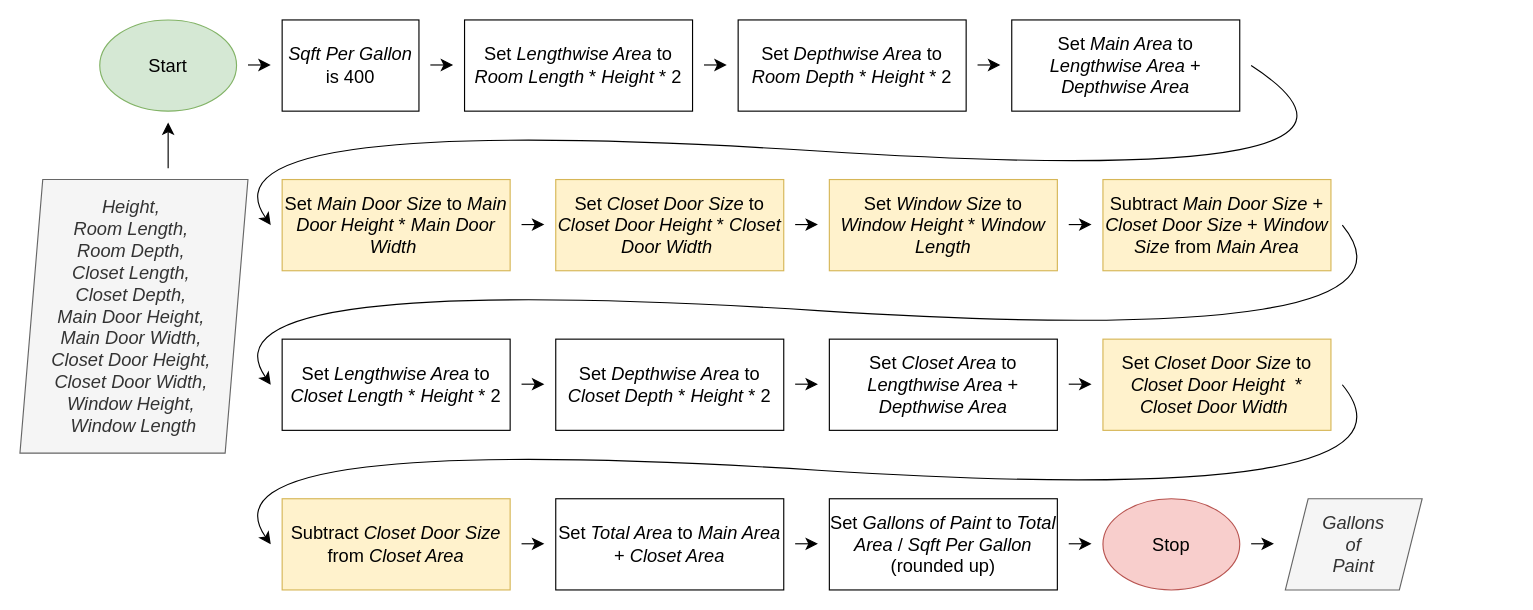
This is roomDimensions.drawio from fabianlegair/techelevator, a draw.io file, before an edit. Source tidied: cells renumbered, new cells numbered last; positions are measured from the earlier drawing's top-left corner, leaving out a move shared by most shapes. Both pictures are drawn from the tidied source at 114%, with x=0, y=0 at pixel (19, 19).
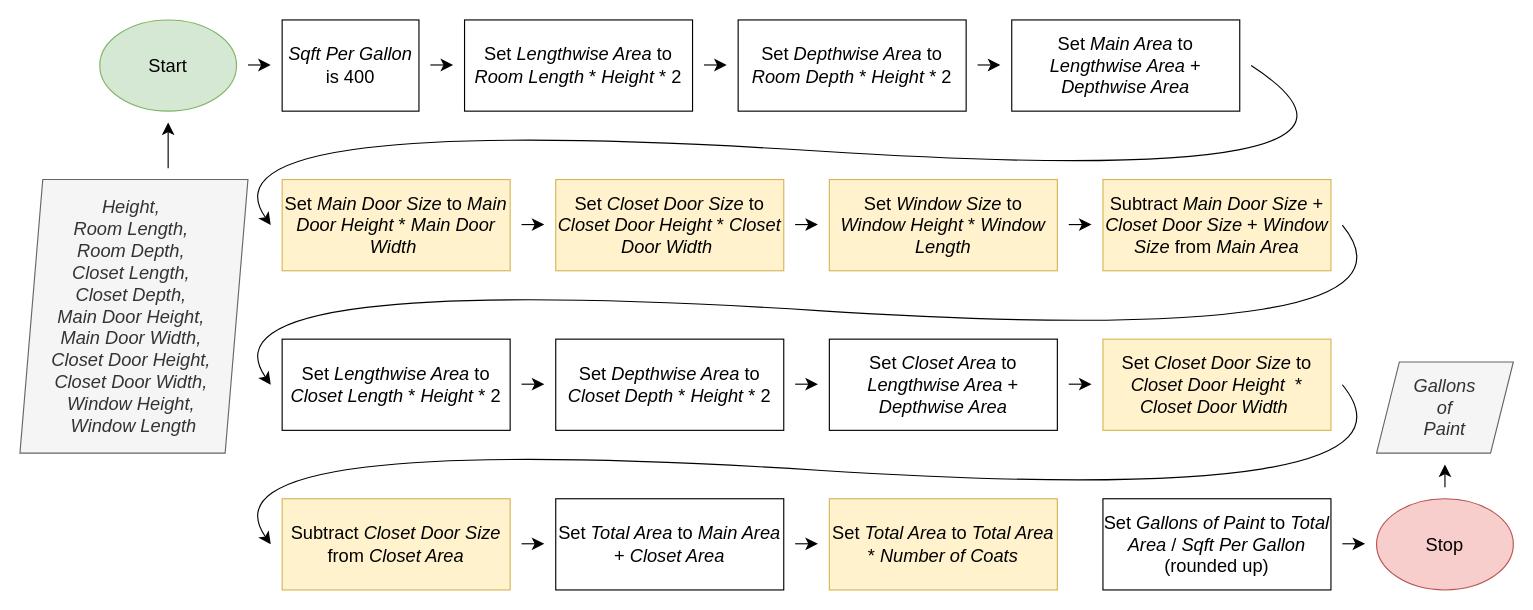
Above is the later version.

Diff of the diagram source:
```diff
@@
     <mxCell id="12" value="Set &lt;i&gt;Gallons of Paint&lt;/i&gt; to &lt;i&gt;Total Area&lt;/i&gt;&amp;nbsp;/&amp;nbsp;&lt;i&gt;Sqft Per Gallon&lt;/i&gt; (rounded up)" style="rounded=0;whiteSpace=wrap;html=1;fontSize=16;" parent="1" vertex="1">
-      <mxGeometry x="710" y="420" width="200" height="80" as="geometry" />
+      <mxGeometry x="950" y="420" width="200" height="80" as="geometry" />
     </mxCell>
     <mxCell id="13" value="Stop" style="ellipse;whiteSpace=wrap;html=1;fontSize=16;fillColor=#f8cecc;strokeColor=#b85450;" parent="1" vertex="1">
-      <mxGeometry x="950" y="420" width="120" height="80" as="geometry" />
+      <mxGeometry x="1190" y="420" width="120" height="80" as="geometry" />
     </mxCell>
     <mxCell id="14" value="&lt;i&gt;Gallons&lt;br&gt;of&lt;br&gt;Paint&lt;/i&gt;" style="shape=parallelogram;perimeter=parallelogramPerimeter;whiteSpace=wrap;html=1;fixedSize=1;fontSize=16;fillColor=#f5f5f5;fontColor=#333333;strokeColor=#666666;" parent="1" vertex="1">
-      <mxGeometry x="1110" y="420" width="120" height="80" as="geometry" />
+      <mxGeometry x="1190" y="300" width="120" height="80" as="geometry" />
     </mxCell>
@@
     <mxCell id="33" style="endArrow=classic;html=1;rounded=0;fontSize=12;startSize=8;endSize=8;curved=1;" parent="1" edge="1">
       <mxGeometry relative="1" as="geometry">
-        <mxPoint x="920" y="459.5" as="sourcePoint" />
-        <mxPoint x="940" y="459.5" as="targetPoint" />
+        <mxPoint x="1160" y="459.5" as="sourcePoint" />
+        <mxPoint x="1180" y="459.5" as="targetPoint" />
       </mxGeometry>
     </mxCell>
     <mxCell id="34" style="endArrow=classic;html=1;rounded=0;fontSize=12;startSize=8;endSize=8;curved=1;" parent="1" edge="1">
       <mxGeometry relative="1" as="geometry">
-        <mxPoint x="1080" y="459.5" as="sourcePoint" />
-        <mxPoint x="1100" y="459.5" as="targetPoint" />
+        <mxPoint x="1250" y="410" as="sourcePoint" />
+        <mxPoint x="1250" y="390" as="targetPoint" />
       </mxGeometry>
     </mxCell>
@@
+    <mxCell id="39" value="Set &lt;i&gt;Total Area&lt;/i&gt; to &lt;i&gt;Total Area&lt;/i&gt; * &lt;i&gt;Number of Coats&lt;/i&gt;" style="rounded=0;whiteSpace=wrap;html=1;fontSize=16;fillColor=#fff2cc;strokeColor=#d6b656;" parent="1" vertex="1">
+      <mxGeometry x="710" y="420" width="200" height="80" as="geometry" />
+    </mxCell>
```
